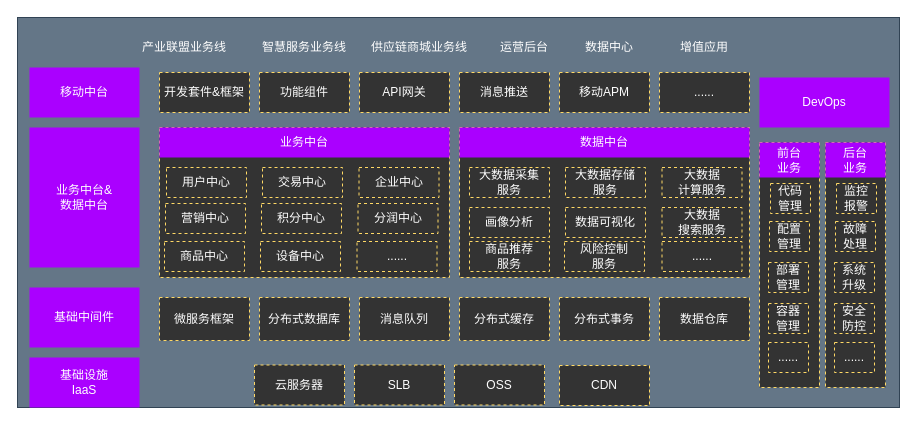
Above: page "tek" (3 of 5) of cgc/cgc-framework.drawio in kinvensan/drawio (draw.io), before the change. Source tidied: cells renumbered, new cells numbered last; positions are measured from the earlier drawing's top-left corner, leaving out a move shared by most shapes. Both pictures are drawn from the tidied source at 100%, with x=0, y=0 at pixel (17, 17).
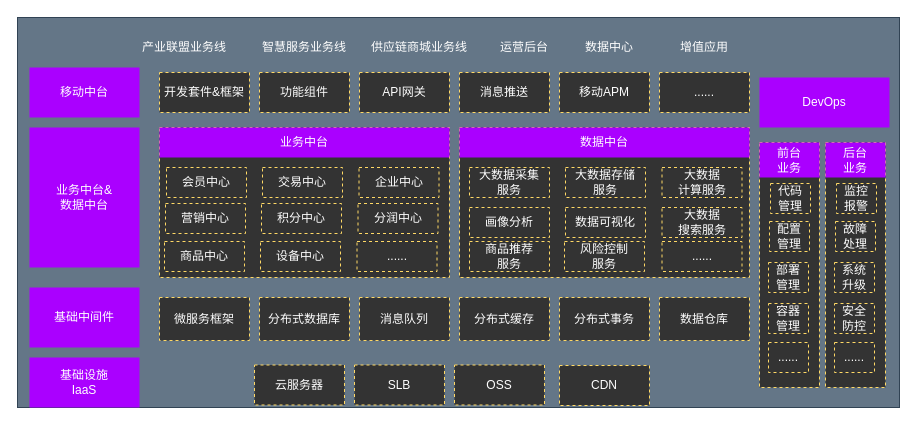
After the change.

Diff of the diagram source:
```diff
@@
-    <mxCell id="33" value="用户中心" style="rounded=0;whiteSpace=wrap;html=1;strokeColor=#FFD966;fontColor=#FFFFFF;fillColor=#333333;dashed=1;" parent="1" vertex="1">
+    <mxCell id="33" value="会员中心" style="rounded=0;whiteSpace=wrap;html=1;strokeColor=#FFD966;fontColor=#FFFFFF;fillColor=#333333;dashed=1;" parent="1" vertex="1">
       <mxGeometry x="149" y="150" width="80" height="30" as="geometry" />
     </mxCell>
```
